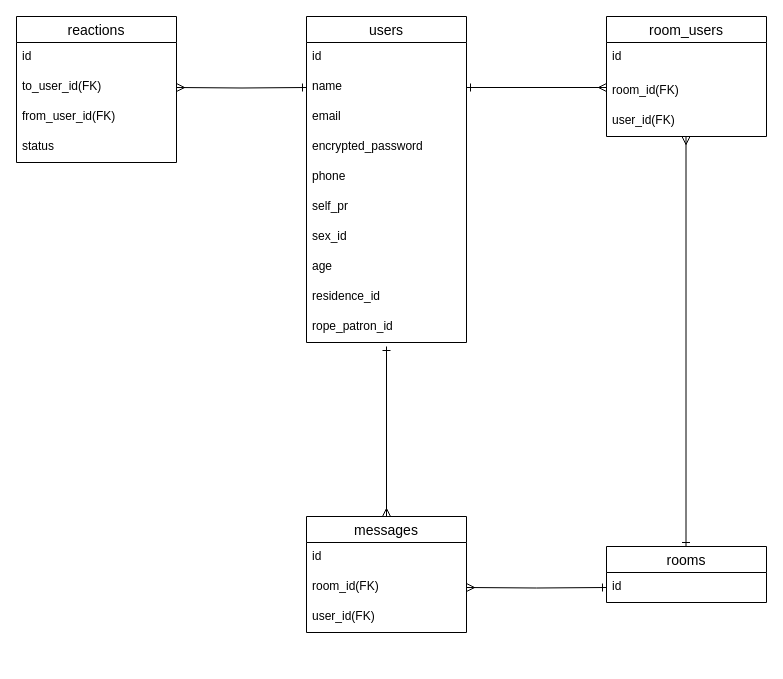
Above: ER.dio in kobanagc/Rope-Way (draw.io), before the change. Source tidied: cells renumbered, new cells numbered last; positions are measured from the earlier drawing's top-left corner, leaving out a move shared by most shapes. Both pictures are drawn from the tidied source at 100%, with x=0, y=0 at pixel (16, 16).
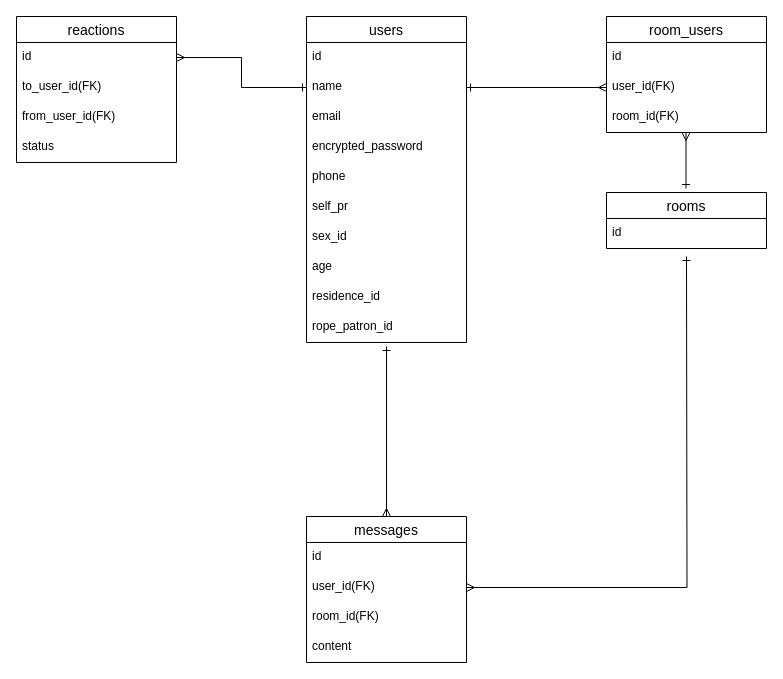
After the change.

The change refers to these unchanged cells:
```xml
<mxCell id="2" value="users" style="swimlane;fontStyle=0;horizontal=1;startSize=26;align=center;fontSize=14;" parent="1" vertex="1">
  <mxGeometry x="290" width="160" height="326" as="geometry" />
</mxCell>
<mxCell id="4" value="name" style="text;strokeColor=none;fillColor=none;spacingLeft=4;spacingRight=4;overflow=hidden;points=[[0,0.5],[1,0.5]];portConstraint=eastwest;fontSize=12;" parent="2" vertex="1">
  <mxGeometry y="56" width="160" height="30" as="geometry" />
</mxCell>
<mxCell id="13" value="reactions" style="swimlane;fontStyle=0;horizontal=1;startSize=26;align=center;fontSize=14;" parent="1" vertex="1">
  <mxGeometry width="160" height="146" as="geometry" />
</mxCell>
```

Diff of the diagram source:
```diff
@@
-    <mxCell id="3" value="id" style="text;strokeColor=none;fillColor=none;spacingLeft=4;spacingRight=4;overflow=hidden;fontSize=12;" parent="2" vertex="1">
-      <mxGeometry y="26" width="160" height="30" as="geometry" />
-    </mxCell>
+    <mxCell id="16" value="id" style="text;strokeColor=none;fillColor=none;spacingLeft=4;spacingRight=4;overflow=hidden;fontSize=12;" parent="2" vertex="1">
+      <mxGeometry y="26" width="160" height="30" as="geometry" />
+    </mxCell>
@@
+    <mxCell id="33" value="id" style="text;strokeColor=none;fillColor=none;spacingLeft=4;spacingRight=4;overflow=hidden;points=[[0,0.5],[1,0.5]];portConstraint=eastwest;fontSize=12;" parent="13" vertex="1">
+      <mxGeometry y="26" width="160" height="30" as="geometry" />
+    </mxCell>
+    <mxCell id="15" value="to_user_id(FK)" style="text;strokeColor=none;fillColor=none;spacingLeft=4;spacingRight=4;overflow=hidden;fontSize=12;" parent="13" vertex="1">
+      <mxGeometry y="56" width="160" height="30" as="geometry" />
+    </mxCell>
-    <mxCell id="14" value="id " style="text;strokeColor=none;fillColor=none;spacingLeft=4;spacingRight=4;overflow=hidden;fontSize=12;" parent="13" vertex="1">
-      <mxGeometry y="26" width="160" height="30" as="geometry" />
+    <mxCell id="14" value="from_user_id(FK)" style="text;strokeColor=none;fillColor=none;spacingLeft=4;spacingRight=4;overflow=hidden;fontSize=12;" parent="13" vertex="1">
+      <mxGeometry y="86" width="160" height="30" as="geometry" />
     </mxCell>
-    <mxCell id="15" value="to_user_id(FK)" style="text;strokeColor=none;fillColor=none;spacingLeft=4;spacingRight=4;overflow=hidden;fontSize=12;" parent="13" vertex="1">
-      <mxGeometry y="56" width="160" height="30" as="geometry" />
-    </mxCell>
-    <mxCell id="16" value="from_user_id(FK)" style="text;strokeColor=none;fillColor=none;spacingLeft=4;spacingRight=4;overflow=hidden;fontSize=12;" parent="13" vertex="1">
-      <mxGeometry y="86" width="160" height="30" as="geometry" />
-    </mxCell>
-    <mxCell id="17" value="status" style="text;strokeColor=none;fillColor=none;spacingLeft=4;spacingRight=4;overflow=hidden;fontSize=12;" parent="13" vertex="1">
-      <mxGeometry y="116" width="160" height="30" as="geometry" />
-    </mxCell>
+    <mxCell id="34" value="status" style="text;strokeColor=none;fillColor=none;spacingLeft=4;spacingRight=4;overflow=hidden;fontSize=12;" parent="13" vertex="1">
+      <mxGeometry y="116" width="160" height="30" as="geometry" />
+    </mxCell>
@@
     <mxCell id="19" value="messages" style="swimlane;fontStyle=0;horizontal=1;startSize=26;align=center;fontSize=14;" parent="1" vertex="1">
-      <mxGeometry x="290" y="500" width="160" height="116" as="geometry" />
+      <mxGeometry x="290" y="500" width="160" height="146" as="geometry" />
     </mxCell>
@@
-    <mxCell id="21" value="room_id(FK)" style="text;strokeColor=none;fillColor=none;spacingLeft=4;spacingRight=4;overflow=hidden;points=[[0,0.5],[1,0.5]];portConstraint=eastwest;fontSize=12;" parent="19" vertex="1">
+    <mxCell id="21" value="user_id(FK)" style="text;strokeColor=none;fillColor=none;spacingLeft=4;spacingRight=4;overflow=hidden;points=[[0,0.5],[1,0.5]];portConstraint=eastwest;fontSize=12;" parent="19" vertex="1">
       <mxGeometry y="56" width="160" height="30" as="geometry" />
     </mxCell>
-    <mxCell id="22" value="user_id(FK)" style="text;strokeColor=none;fillColor=none;spacingLeft=4;spacingRight=4;overflow=hidden;fontSize=12;" parent="19" vertex="1">
-      <mxGeometry y="86" width="160" height="30" as="geometry" />
-    </mxCell>
+    <mxCell id="35" value="room_id(FK)" style="text;strokeColor=none;fillColor=none;spacingLeft=4;spacingRight=4;overflow=hidden;fontSize=12;" parent="19" vertex="1">
+      <mxGeometry y="86" width="160" height="30" as="geometry" />
+    </mxCell>
+    <mxCell id="17" value="content" style="text;strokeColor=none;fillColor=none;spacingLeft=4;spacingRight=4;overflow=hidden;fontSize=12;" parent="19" vertex="1">
+      <mxGeometry y="116" width="160" height="30" as="geometry" />
+    </mxCell>
-    <mxCell id="23" style="edgeStyle=orthogonalEdgeStyle;rounded=0;jettySize=auto;html=1;entryX=0;entryY=0.5;entryDx=0;entryDy=0;startArrow=ERmany;startFill=0;endArrow=ERone;endFill=0;" parent="1" edge="1" target="4">
-      <mxGeometry relative="1" as="geometry">
-        <mxPoint x="160" y="71" as="sourcePoint" />
-      </mxGeometry>
+    <mxCell id="23" style="edgeStyle=orthogonalEdgeStyle;rounded=0;jettySize=auto;html=1;exitX=1;exitY=0.5;exitDx=0;exitDy=0;entryX=0;entryY=0.5;entryDx=0;entryDy=0;startArrow=ERmany;startFill=0;endArrow=ERone;endFill=0;" parent="1" edge="1" source="33" target="4">
+      <mxGeometry relative="1" as="geometry" />
     </mxCell>
     <mxCell id="24" value="room_users" style="swimlane;fontStyle=0;horizontal=1;startSize=26;align=center;fontSize=14;" parent="1" vertex="1">
-      <mxGeometry x="590" width="160" height="120" as="geometry" />
+      <mxGeometry x="590" width="160" height="116" as="geometry" />
     </mxCell>
+    <mxCell id="36" value="id" style="text;strokeColor=none;fillColor=none;spacingLeft=4;spacingRight=4;overflow=hidden;fontSize=12;" parent="24" vertex="1">
+      <mxGeometry y="26" width="160" height="30" as="geometry" />
+    </mxCell>
-    <mxCell id="25" value="id" style="text;strokeColor=none;fillColor=none;spacingLeft=4;spacingRight=4;overflow=hidden;points=[[0,0.5],[1,0.5]];portConstraint=eastwest;fontSize=12;" parent="24" vertex="1">
-      <mxGeometry y="26" width="160" height="34" as="geometry" />
+    <mxCell id="25" value="user_id(FK)" style="text;strokeColor=none;fillColor=none;spacingLeft=4;spacingRight=4;overflow=hidden;points=[[0,0.5],[1,0.5]];portConstraint=eastwest;fontSize=12;" parent="24" vertex="1">
+      <mxGeometry y="56" width="160" height="30" as="geometry" />
     </mxCell>
     <mxCell id="26" value="room_id(FK)" style="text;strokeColor=none;fillColor=none;spacingLeft=4;spacingRight=4;overflow=hidden;fontSize=12;" parent="24" vertex="1">
-      <mxGeometry y="60" width="160" height="30" as="geometry" />
+      <mxGeometry y="86" width="160" height="30" as="geometry" />
     </mxCell>
-    <mxCell id="27" value="user_id(FK)" style="text;strokeColor=none;fillColor=none;spacingLeft=4;spacingRight=4;overflow=hidden;fontSize=12;" parent="24" vertex="1">
-      <mxGeometry y="90" width="160" height="30" as="geometry" />
-    </mxCell>
-    <mxCell id="28" style="edgeStyle=orthogonalEdgeStyle;rounded=0;jettySize=auto;html=1;entryX=1;entryY=0.5;entryDx=0;entryDy=0;endArrow=ERmany;endFill=0;startArrow=ERone;startFill=0;exitX=0;exitY=0.5;exitDx=0;exitDy=0;" parent="1" edge="1" target="21">
+    <mxCell id="28" style="edgeStyle=orthogonalEdgeStyle;rounded=0;jettySize=auto;html=1;entryX=1;entryY=0.5;entryDx=0;entryDy=0;endArrow=ERmany;endFill=0;startArrow=ERone;startFill=0;" parent="1" edge="1" target="21">
       <mxGeometry relative="1" as="geometry">
-        <mxPoint x="590" y="571" as="sourcePoint" />
+        <mxPoint x="670" y="240" as="sourcePoint" />
       </mxGeometry>
     </mxCell>
     <mxCell id="29" style="edgeStyle=orthogonalEdgeStyle;rounded=0;orthogonalLoop=1;jettySize=auto;html=1;exitX=0.5;exitY=0;exitDx=0;exitDy=0;endArrow=ERmany;endFill=0;startArrow=ERone;startFill=0;" parent="1" edge="1">
       <mxGeometry relative="1" as="geometry">
-        <mxPoint x="669.5" y="530" as="sourcePoint" />
-        <mxPoint x="669.5" y="120" as="targetPoint" />
+        <mxPoint x="669.5" y="172" as="sourcePoint" />
+        <mxPoint x="669.5" y="116" as="targetPoint" />
       </mxGeometry>
     </mxCell>
-    <mxCell id="30" value="rooms" style="swimlane;fontStyle=0;horizontal=1;startSize=26;align=center;fontSize=14;" parent="1" vertex="1">
-      <mxGeometry x="590" y="530" width="160" height="56" as="geometry" />
-    </mxCell>
-    <mxCell id="31" value="id" style="text;strokeColor=none;fillColor=none;spacingLeft=4;spacingRight=4;overflow=hidden;fontSize=12;" parent="30" vertex="1">
-      <mxGeometry y="26" width="160" height="30" as="geometry" />
-    </mxCell>
-    <mxCell id="32" style="edgeStyle=none;html=1;exitX=1;exitY=0.5;exitDx=0;exitDy=0;endArrow=ERmany;endFill=0;startArrow=ERone;startFill=0;" parent="1" edge="1" source="4">
-      <mxGeometry relative="1" as="geometry">
-        <mxPoint x="590" y="71" as="targetPoint" />
-      </mxGeometry>
-    </mxCell>
+    <mxCell id="37" style="edgeStyle=orthogonalEdgeStyle;rounded=0;jettySize=auto;html=1;entryX=0;entryY=0.5;entryDx=0;entryDy=0;endArrow=ERmany;endFill=0;startArrow=ERone;startFill=0;" parent="1" edge="1" source="4" target="25">
+      <mxGeometry relative="1" as="geometry" />
+    </mxCell>
+    <mxCell id="3" value="rooms" style="swimlane;fontStyle=0;horizontal=1;startSize=26;align=center;fontSize=14;" parent="1" vertex="1">
+      <mxGeometry x="590" y="176" width="160" height="56" as="geometry" />
+    </mxCell>
+    <mxCell id="22" value="id" style="text;strokeColor=none;fillColor=none;spacingLeft=4;spacingRight=4;overflow=hidden;fontSize=12;" parent="3" vertex="1">
+      <mxGeometry y="26" width="160" height="30" as="geometry" />
+    </mxCell>
```
